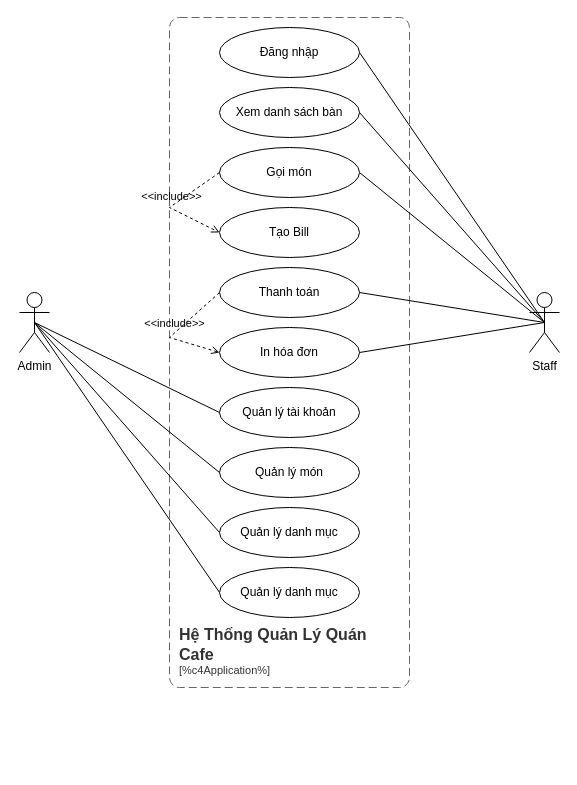
The draw.io diagram page "USE CASE" (2 of 2) of Report/KTPM.drawio in nvh1811/cafe-management-application, before the edit. Source tidied: cells renumbered, new cells numbered last; positions are measured from the earlier drawing's top-left corner, leaving out a move shared by most shapes. Both pictures are drawn from the tidied source at 100%, with x=0, y=0 at pixel (19, 17).
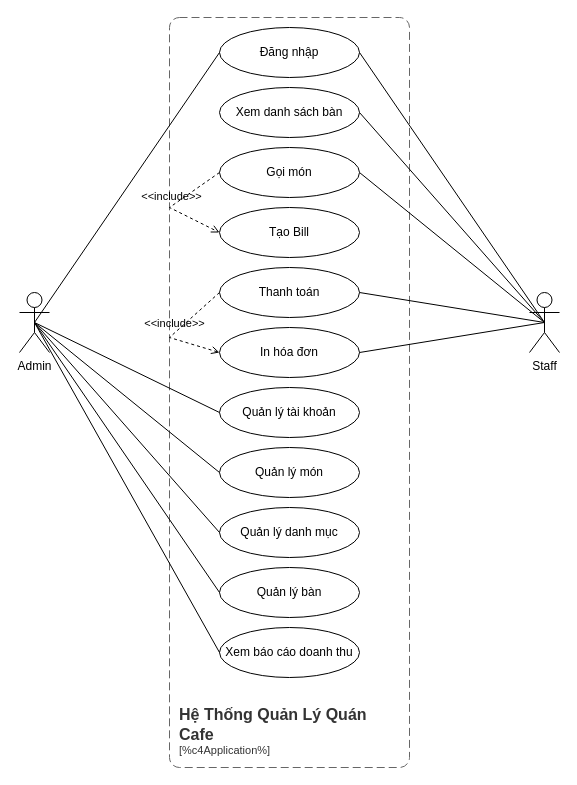
After the change.

Unchanged cells that the change refers to:
```xml
<mxCell id="2" value="Admin" style="shape=umlActor;verticalLabelPosition=bottom;verticalAlign=top;html=1;" parent="1" vertex="1">
  <mxGeometry y="275" width="30" height="60" as="geometry" />
</mxCell>
<mxCell id="5" value="Đăng nhập" style="ellipse;whiteSpace=wrap;html=1;" parent="1" vertex="1">
  <mxGeometry x="200" y="10" width="140" height="50" as="geometry" />
</mxCell>
```

What changed in the source:
```diff
@@
     <object id="4" label="&lt;font style=&quot;font-size: 16px&quot;&gt;&lt;b&gt;&lt;div style=&quot;text-align: left&quot;&gt;%c4Name%&lt;/div&gt;&lt;/b&gt;&lt;/font&gt;&lt;div style=&quot;text-align: left&quot;&gt;[%c4Application%]&lt;/div&gt;" c4Name="Hệ Thống Quản Lý Quán Cafe" placeholders="1">
       <mxCell style="rounded=1;fontSize=11;whiteSpace=wrap;html=1;dashed=1;arcSize=20;fillColor=none;strokeColor=#666666;fontColor=#333333;labelBackgroundColor=none;align=left;verticalAlign=bottom;labelBorderColor=none;spacingTop=0;spacing=10;dashPattern=8 4;perimeter=rectanglePerimeter;noLabel=0;labelPadding=0;absoluteArcSize=1;" parent="1" vertex="1">
-        <mxGeometry x="150" width="240" height="670" as="geometry" />
+        <mxGeometry x="150" width="240" height="750" as="geometry" />
       </mxCell>
     </object>
@@
-    <mxCell id="13" value="Quản lý danh mục" style="ellipse;whiteSpace=wrap;html=1;" parent="1" vertex="1">
+    <mxCell id="13" value="Quản lý bàn" style="ellipse;whiteSpace=wrap;html=1;" parent="1" vertex="1">
       <mxGeometry x="200" y="550" width="140" height="50" as="geometry" />
     </mxCell>
@@
+    <mxCell id="26" style="endArrow=none;html=1;rounded=0;exitX=0.5;exitY=0.5;exitDx=0;exitDy=0;exitPerimeter=0;entryX=0;entryY=0.5;entryDx=0;entryDy=0;" parent="1" edge="1" source="2" target="5">
+      <mxGeometry relative="1" as="geometry" />
+    </mxCell>
+    <mxCell id="27" value="Xem báo cáo doanh thu" style="ellipse;whiteSpace=wrap;html=1;" parent="1" vertex="1">
+      <mxGeometry x="200" y="610" width="140" height="50" as="geometry" />
+    </mxCell>
+    <mxCell id="28" style="endArrow=none;html=1;rounded=0;entryX=0.5;entryY=0.5;entryDx=0;entryDy=0;entryPerimeter=0;exitX=0;exitY=0.5;exitDx=0;exitDy=0;" parent="1" edge="1" source="27" target="2">
+      <mxGeometry relative="1" as="geometry" />
+    </mxCell>
```
